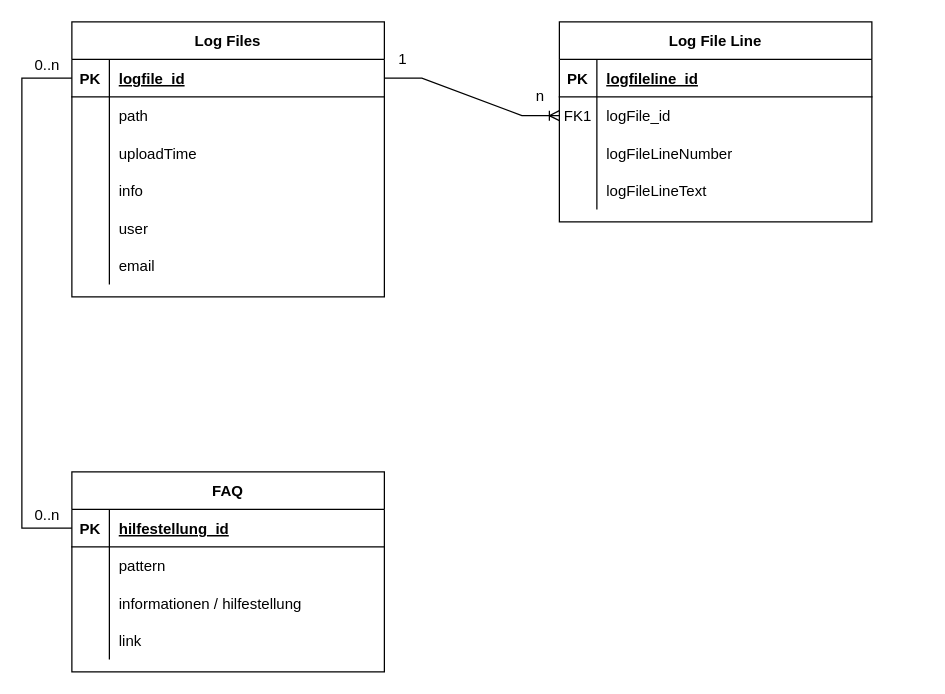
Above: docs/drawio/LogFileAnalyzer - ERM.drawio in KevinSo91/CL_Task_FileUploader (draw.io), before the change. Source tidied: cells renumbered, new cells numbered last; positions are measured from the earlier drawing's top-left corner, leaving out a move shared by most shapes. Both pictures are drawn from the tidied source at 125%, with x=0, y=0 at pixel (21, 21).
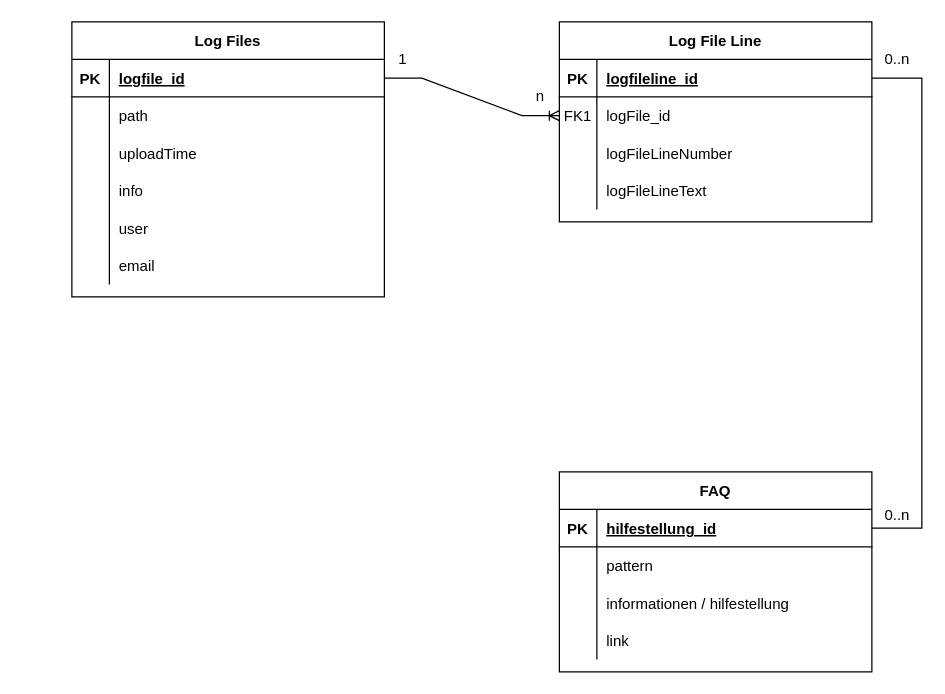
The same page after the edit.

The change refers to these unchanged cells:
```xml
<mxCell id="3" style="shape=partialRectangle;fillColor=none;points=[[0,0.5],[1,0.5]];portConstraint=eastwest;top=0;left=0;right=0;bottom=1;" parent="2" vertex="1">
  <mxGeometry y="30" width="250" height="30" as="geometry" />
</mxCell>
<mxCell id="16" style="shape=partialRectangle;fillColor=none;points=[[0,0.5],[1,0.5]];portConstraint=eastwest;top=0;left=0;right=0;bottom=1;" parent="15" vertex="1">
  <mxGeometry y="30" width="250" height="30" as="geometry" />
</mxCell>
<mxCell id="38" style="shape=tableRow;horizontal=0;startSize=0;swimlaneHead=0;swimlaneBody=0;fillColor=none;points=[[0,0.5],[1,0.5]];portConstraint=eastwest;top=0;left=0;right=0;bottom=1;" parent="37" vertex="1">
  <mxGeometry y="30" width="250" height="30" as="geometry" />
</mxCell>
```

Change to the diagram source:
```diff
@@
     <mxCell id="37" value="FAQ" style="shape=table;startSize=30;childLayout=tableLayout;rowLines=0;fontStyle=1;align=center;" parent="1" vertex="1">
-      <mxGeometry x="40" y="360" width="250" height="160" as="geometry" />
+      <mxGeometry x="430" y="360" width="250" height="160" as="geometry" />
     </mxCell>
@@
-    <mxCell id="50" style="endArrow=none;html=1;rounded=0;entryX=0;entryY=0.5;entryDx=0;entryDy=0;exitX=0;exitY=0.5;exitDx=0;exitDy=0;" parent="1" edge="1" source="16" target="38">
+    <mxCell id="50" style="endArrow=none;html=1;rounded=0;entryX=1;entryY=0.5;entryDx=0;entryDy=0;exitX=1;exitY=0.5;exitDx=0;exitDy=0;" parent="1" edge="1" source="3" target="38">
       <mxGeometry relative="1" as="geometry">
         <Array as="points">
-          <mxPoint y="45" />
-          <mxPoint y="405" />
+          <mxPoint x="720" y="45" />
+          <mxPoint x="720" y="405" />
         </Array>
       </mxGeometry>
     </mxCell>
     <mxCell id="51" value="0..n" style="text;html=1;align=center;verticalAlign=middle;strokeColor=none;fillColor=none;" parent="1" vertex="1">
-      <mxGeometry y="20" width="40" height="30" as="geometry" />
+      <mxGeometry x="680" y="15" width="40" height="30" as="geometry" />
     </mxCell>
     <mxCell id="52" value="0..n" style="text;html=1;align=center;verticalAlign=middle;strokeColor=none;fillColor=none;" parent="1" vertex="1">
-      <mxGeometry y="380" width="40" height="30" as="geometry" />
+      <mxGeometry x="680" y="380" width="40" height="30" as="geometry" />
     </mxCell>
```
